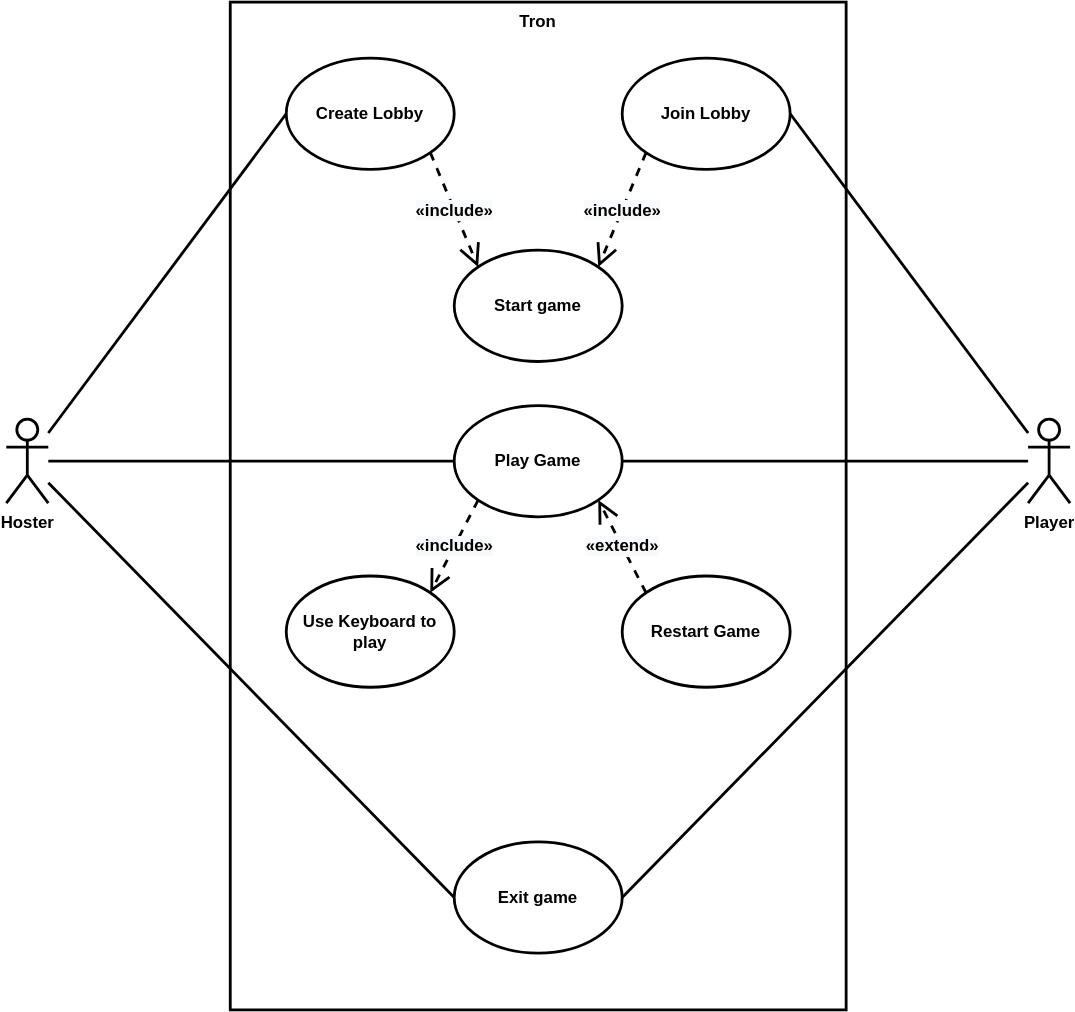
Before: docs/images/Usecases.drawio.svg, a diagram exported from draw.io (HaniAlshikh/tron). Source tidied: cells renumbered, new cells last; positions are measured from the earlier drawing's top-left corner, leaving out a move shared by most shapes. Source of this version:
```xml
<mxGraphModel background="#ffffff">
  <root>
    <mxCell id="0" />
    <mxCell id="1" parent="0" />
    <mxCell id="2" value="&lt;b&gt;Tron&lt;/b&gt;" style="rounded=0;whiteSpace=wrap;html=1;strokeWidth=2;verticalAlign=top;" parent="1" vertex="1">
      <mxGeometry x="160" width="440" height="720" as="geometry" />
    </mxCell>
    <mxCell id="3" style="edgeStyle=none;rounded=0;jettySize=auto;html=1;entryX=1;entryY=0.5;entryDx=0;entryDy=0;endArrow=none;endFill=0;strokeWidth=2;" parent="1" edge="1" source="9" target="7">
      <mxGeometry relative="1" as="geometry" />
    </mxCell>
    <mxCell id="4" style="rounded=0;jettySize=auto;html=1;entryX=1;entryY=0.5;entryDx=0;entryDy=0;endArrow=none;endFill=0;strokeWidth=2;" parent="1" edge="1" source="9" target="21">
      <mxGeometry relative="1" as="geometry" />
    </mxCell>
    <mxCell id="5" style="edgeStyle=none;rounded=0;jettySize=auto;html=1;entryX=0;entryY=0.5;entryDx=0;entryDy=0;fontFamily=Helvetica;fontSize=12;endArrow=none;endFill=0;strokeWidth=2;" parent="1" edge="1" source="11" target="20">
      <mxGeometry relative="1" as="geometry" />
    </mxCell>
    <mxCell id="6" style="edgeStyle=none;rounded=0;jettySize=auto;html=1;entryX=0;entryY=0.5;entryDx=0;entryDy=0;fontFamily=Helvetica;fontSize=12;endArrow=none;endFill=0;strokeWidth=2;" parent="1" edge="1" source="11" target="7">
      <mxGeometry relative="1" as="geometry" />
    </mxCell>
    <mxCell id="7" value="&lt;b&gt;Exit game&lt;/b&gt;" style="ellipse;whiteSpace=wrap;html=1;strokeWidth=2;" parent="1" vertex="1">
      <mxGeometry x="320" y="600" width="120" height="79.5" as="geometry" />
    </mxCell>
    <mxCell id="8" style="edgeStyle=none;rounded=0;html=1;entryX=1;entryY=0.5;entryDx=0;entryDy=0;endArrow=none;endFill=0;endSize=12;strokeWidth=2;" parent="1" edge="1" source="9" target="14">
      <mxGeometry relative="1" as="geometry" />
    </mxCell>
    <mxCell id="9" value="&lt;b&gt;Player&lt;/b&gt;" style="shape=umlActor;verticalLabelPosition=bottom;verticalAlign=top;html=1;outlineConnect=0;strokeWidth=2;" parent="1" vertex="1">
      <mxGeometry x="730" y="298" width="30" height="60" as="geometry" />
    </mxCell>
    <mxCell id="10" style="rounded=0;html=1;entryX=0;entryY=0.5;entryDx=0;entryDy=0;endArrow=none;endFill=0;endSize=12;strokeWidth=2;" parent="1" edge="1" source="11" target="14">
      <mxGeometry relative="1" as="geometry" />
    </mxCell>
    <mxCell id="11" value="&lt;b&gt;Hoster&lt;/b&gt;" style="shape=umlActor;verticalLabelPosition=bottom;verticalAlign=top;html=1;outlineConnect=0;strokeWidth=2;" parent="1" vertex="1">
      <mxGeometry y="298" width="30" height="60" as="geometry" />
    </mxCell>
    <mxCell id="12" style="group;" parent="1" vertex="1">
      <mxGeometry x="200" y="288.2" width="360" height="201.3" as="geometry" />
    </mxCell>
    <mxCell id="13" value="&lt;b&gt;Use Keyboard to play&lt;/b&gt;" style="ellipse;whiteSpace=wrap;html=1;strokeWidth=2;" parent="12" vertex="1">
      <mxGeometry y="121.8" width="120" height="79.5" as="geometry" />
    </mxCell>
    <mxCell id="14" value="&lt;b&gt;Play Game&lt;/b&gt;" style="ellipse;whiteSpace=wrap;html=1;strokeWidth=2;" parent="12" vertex="1">
      <mxGeometry x="120" width="120" height="79.5" as="geometry" />
    </mxCell>
    <mxCell id="15" value="&lt;b&gt;Restart Game&lt;/b&gt;" style="ellipse;whiteSpace=wrap;html=1;strokeWidth=2;" parent="12" vertex="1">
      <mxGeometry x="240" y="121.8" width="120" height="79.5" as="geometry" />
    </mxCell>
    <mxCell id="16" value="&lt;span style=&quot;font-size: 12px ; background-color: rgb(248 , 249 , 250)&quot;&gt;&lt;b&gt;«include»&lt;/b&gt;&lt;/span&gt;" style="endArrow=open;endSize=12;dashed=1;html=1;strokeWidth=2;exitX=0;exitY=1;exitDx=0;exitDy=0;entryX=1;entryY=0;entryDx=0;entryDy=0;" parent="12" edge="1" source="14" target="13">
      <mxGeometry relative="1" as="geometry" />
    </mxCell>
    <mxCell id="17" value="&lt;span style=&quot;font-size: 12px ; background-color: rgb(248 , 249 , 250)&quot;&gt;&lt;b&gt;«extend»&lt;/b&gt;&lt;/span&gt;" style="endArrow=open;endSize=12;dashed=1;html=1;strokeWidth=2;exitX=0;exitY=0;exitDx=0;exitDy=0;entryX=1;entryY=1;entryDx=0;entryDy=0;" parent="12" edge="1" source="15" target="14">
      <mxGeometry relative="1" as="geometry" />
    </mxCell>
    <mxCell id="18" style="group;" parent="1" vertex="1">
      <mxGeometry x="200" y="40" width="360" height="216.8" as="geometry" />
    </mxCell>
    <mxCell id="19" value="&lt;b&gt;Start game&lt;/b&gt;" style="ellipse;whiteSpace=wrap;html=1;strokeWidth=2;" parent="18" vertex="1">
      <mxGeometry x="120" y="137.2" width="120" height="79.5" as="geometry" />
    </mxCell>
    <mxCell id="20" value="&lt;b&gt;Create Lobby&lt;/b&gt;" style="ellipse;whiteSpace=wrap;html=1;strokeWidth=2;" parent="18" vertex="1">
      <mxGeometry width="120" height="79.5" as="geometry" />
    </mxCell>
    <mxCell id="21" value="&lt;b&gt;Join Lobby&lt;/b&gt;" style="ellipse;whiteSpace=wrap;html=1;strokeWidth=2;" parent="18" vertex="1">
      <mxGeometry x="240" width="120" height="79.5" as="geometry" />
    </mxCell>
    <mxCell id="22" value="&lt;span style=&quot;font-size: 12px ; background-color: rgb(248 , 249 , 250)&quot;&gt;&lt;b&gt;«include»&lt;/b&gt;&lt;/span&gt;" style="endArrow=open;endSize=12;dashed=1;html=1;strokeWidth=2;exitX=1;exitY=1;exitDx=0;exitDy=0;entryX=0;entryY=0;entryDx=0;entryDy=0;" parent="18" edge="1" source="20" target="19">
      <mxGeometry relative="1" as="geometry" />
    </mxCell>
    <mxCell id="23" value="&lt;span style=&quot;font-size: 12px ; background-color: rgb(248 , 249 , 250)&quot;&gt;&lt;b&gt;«include»&lt;/b&gt;&lt;/span&gt;" style="endArrow=open;endSize=12;dashed=1;html=1;strokeWidth=2;exitX=0;exitY=1;exitDx=0;exitDy=0;entryX=1;entryY=0;entryDx=0;entryDy=0;" parent="18" edge="1" source="21" target="19">
      <mxGeometry relative="1" as="geometry" />
    </mxCell>
  </root>
</mxGraphModel>
```
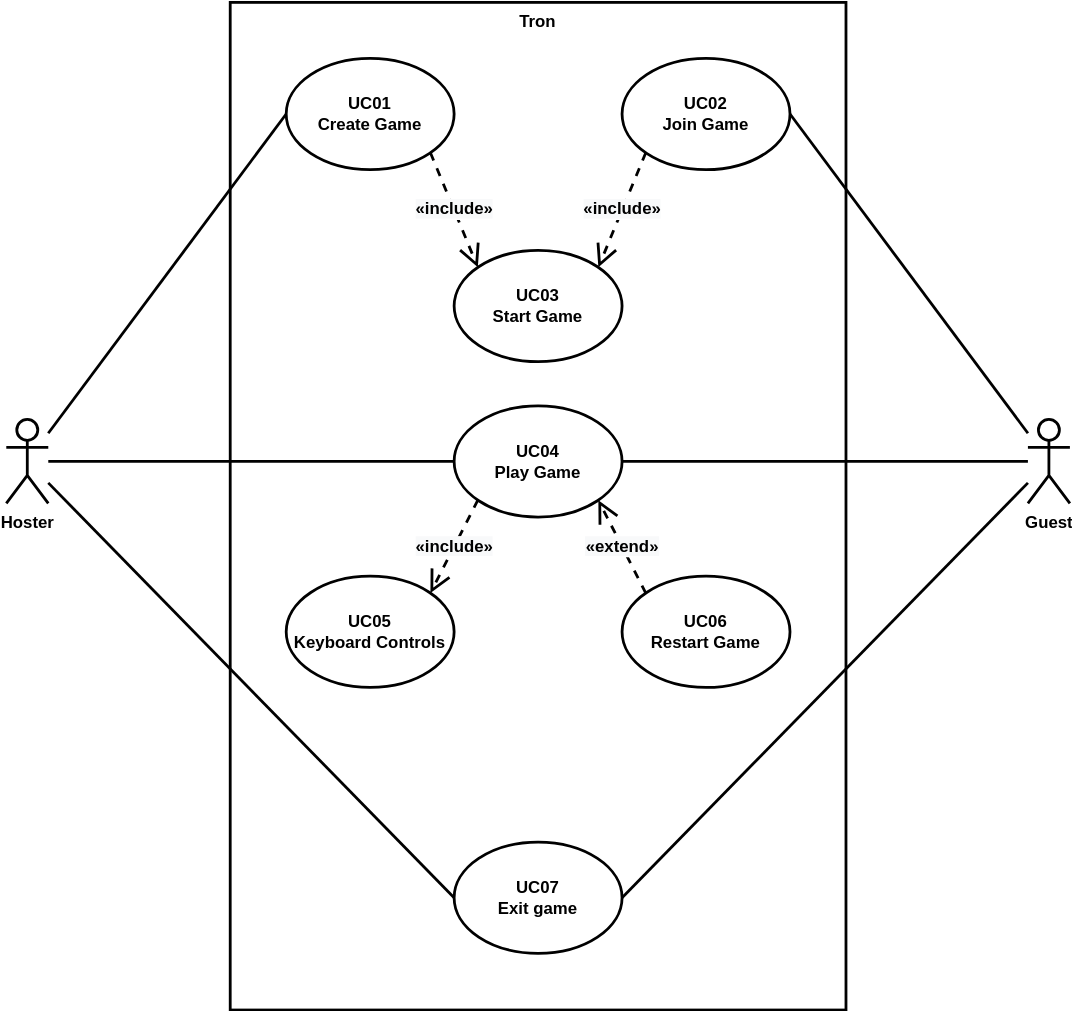
The same file after the commit.

The edit, as a diff of the source:
```diff
@@ -17,13 +17,13 @@
     <mxCell id="6" style="edgeStyle=none;rounded=0;jettySize=auto;html=1;entryX=0;entryY=0.5;entryDx=0;entryDy=0;fontFamily=Helvetica;fontSize=12;endArrow=none;endFill=0;strokeWidth=2;" parent="1" edge="1" source="11" target="7">
       <mxGeometry relative="1" as="geometry" />
     </mxCell>
-    <mxCell id="7" value="&lt;b&gt;Exit game&lt;/b&gt;" style="ellipse;whiteSpace=wrap;html=1;strokeWidth=2;" parent="1" vertex="1">
+    <mxCell id="7" value="&lt;b&gt;UC07&lt;/b&gt;&lt;b&gt;&lt;br&gt;Exit game&lt;/b&gt;" style="ellipse;whiteSpace=wrap;html=1;strokeWidth=2;" parent="1" vertex="1">
       <mxGeometry x="320" y="600" width="120" height="79.5" as="geometry" />
     </mxCell>
     <mxCell id="8" style="edgeStyle=none;rounded=0;html=1;entryX=1;entryY=0.5;entryDx=0;entryDy=0;endArrow=none;endFill=0;endSize=12;strokeWidth=2;" parent="1" edge="1" source="9" target="14">
       <mxGeometry relative="1" as="geometry" />
     </mxCell>
-    <mxCell id="9" value="&lt;b&gt;Player&lt;/b&gt;" style="shape=umlActor;verticalLabelPosition=bottom;verticalAlign=top;html=1;outlineConnect=0;strokeWidth=2;" parent="1" vertex="1">
+    <mxCell id="9" value="&lt;b&gt;Guest&lt;/b&gt;" style="shape=umlActor;verticalLabelPosition=bottom;verticalAlign=top;html=1;outlineConnect=0;strokeWidth=2;" parent="1" vertex="1">
       <mxGeometry x="730" y="298" width="30" height="60" as="geometry" />
     </mxCell>
     <mxCell id="10" style="rounded=0;html=1;entryX=0;entryY=0.5;entryDx=0;entryDy=0;endArrow=none;endFill=0;endSize=12;strokeWidth=2;" parent="1" edge="1" source="11" target="14">
@@ -35,13 +35,13 @@
     <mxCell id="12" style="group;" parent="1" vertex="1">
       <mxGeometry x="200" y="288.2" width="360" height="201.3" as="geometry" />
     </mxCell>
-    <mxCell id="13" value="&lt;b&gt;Use Keyboard to play&lt;/b&gt;" style="ellipse;whiteSpace=wrap;html=1;strokeWidth=2;" parent="12" vertex="1">
+    <mxCell id="13" value="&lt;b&gt;UC05&lt;/b&gt;&lt;b&gt;&lt;br&gt;Keyboard Controls&lt;/b&gt;" style="ellipse;whiteSpace=wrap;html=1;strokeWidth=2;" parent="12" vertex="1">
       <mxGeometry y="121.8" width="120" height="79.5" as="geometry" />
     </mxCell>
-    <mxCell id="14" value="&lt;b&gt;Play Game&lt;/b&gt;" style="ellipse;whiteSpace=wrap;html=1;strokeWidth=2;" parent="12" vertex="1">
+    <mxCell id="14" value="&lt;b&gt;UC04&lt;/b&gt;&lt;b&gt;&lt;br&gt;Play Game&lt;/b&gt;" style="ellipse;whiteSpace=wrap;html=1;strokeWidth=2;" parent="12" vertex="1">
       <mxGeometry x="120" width="120" height="79.5" as="geometry" />
     </mxCell>
-    <mxCell id="15" value="&lt;b&gt;Restart Game&lt;/b&gt;" style="ellipse;whiteSpace=wrap;html=1;strokeWidth=2;" parent="12" vertex="1">
+    <mxCell id="15" value="&lt;b&gt;UC06&lt;/b&gt;&lt;b&gt;&lt;br&gt;Restart Game&lt;/b&gt;" style="ellipse;whiteSpace=wrap;html=1;strokeWidth=2;" parent="12" vertex="1">
       <mxGeometry x="240" y="121.8" width="120" height="79.5" as="geometry" />
     </mxCell>
     <mxCell id="16" value="&lt;span style=&quot;font-size: 12px ; background-color: rgb(248 , 249 , 250)&quot;&gt;&lt;b&gt;«include»&lt;/b&gt;&lt;/span&gt;" style="endArrow=open;endSize=12;dashed=1;html=1;strokeWidth=2;exitX=0;exitY=1;exitDx=0;exitDy=0;entryX=1;entryY=0;entryDx=0;entryDy=0;" parent="12" edge="1" source="14" target="13">
@@ -53,13 +53,13 @@
     <mxCell id="18" style="group;" parent="1" vertex="1">
       <mxGeometry x="200" y="40" width="360" height="216.8" as="geometry" />
     </mxCell>
-    <mxCell id="19" value="&lt;b&gt;Start game&lt;/b&gt;" style="ellipse;whiteSpace=wrap;html=1;strokeWidth=2;" parent="18" vertex="1">
+    <mxCell id="19" value="&lt;b&gt;UC03&lt;/b&gt;&lt;b&gt;&lt;br&gt;Start Game&lt;/b&gt;" style="ellipse;whiteSpace=wrap;html=1;strokeWidth=2;" parent="18" vertex="1">
       <mxGeometry x="120" y="137.2" width="120" height="79.5" as="geometry" />
     </mxCell>
-    <mxCell id="20" value="&lt;b&gt;Create Lobby&lt;/b&gt;" style="ellipse;whiteSpace=wrap;html=1;strokeWidth=2;" parent="18" vertex="1">
+    <mxCell id="20" value="&lt;b&gt;UC01&lt;br&gt;Create Game&lt;/b&gt;" style="ellipse;whiteSpace=wrap;html=1;strokeWidth=2;" parent="18" vertex="1">
       <mxGeometry width="120" height="79.5" as="geometry" />
     </mxCell>
-    <mxCell id="21" value="&lt;b&gt;Join Lobby&lt;/b&gt;" style="ellipse;whiteSpace=wrap;html=1;strokeWidth=2;" parent="18" vertex="1">
+    <mxCell id="21" value="&lt;b&gt;UC02&lt;/b&gt;&lt;b&gt;&lt;br&gt;Join Game&lt;/b&gt;" style="ellipse;whiteSpace=wrap;html=1;strokeWidth=2;" parent="18" vertex="1">
       <mxGeometry x="240" width="120" height="79.5" as="geometry" />
     </mxCell>
     <mxCell id="22" value="&lt;span style=&quot;font-size: 12px ; background-color: rgb(248 , 249 , 250)&quot;&gt;&lt;b&gt;«include»&lt;/b&gt;&lt;/span&gt;" style="endArrow=open;endSize=12;dashed=1;html=1;strokeWidth=2;exitX=1;exitY=1;exitDx=0;exitDy=0;entryX=0;entryY=0;entryDx=0;entryDy=0;" parent="18" edge="1" source="20" target="19">
```
